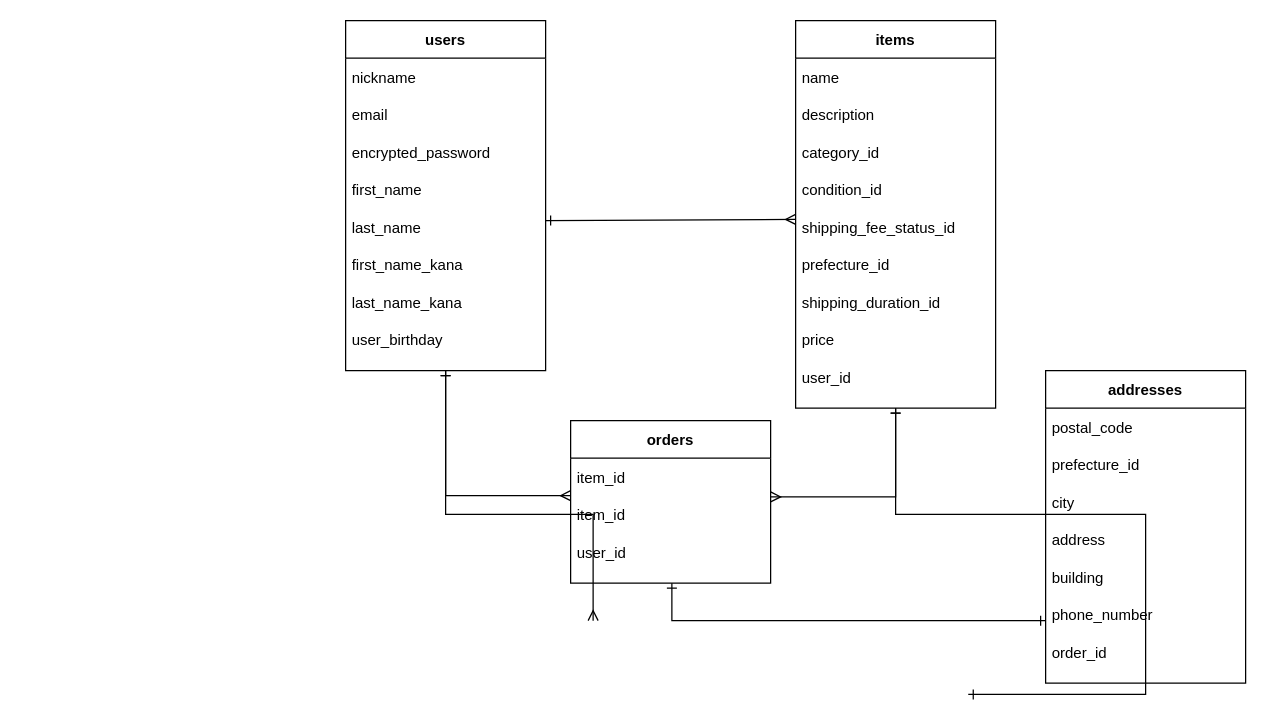
Earlier version of the draw.io diagram er.dio (miwakos/furima-36089). Source tidied: cells renumbered, new cells numbered last; positions are measured from the earlier drawing's top-left corner, leaving out a move shared by most shapes. Both pictures are drawn from the tidied source at 125%, with x=0, y=0 at pixel (345, 20).
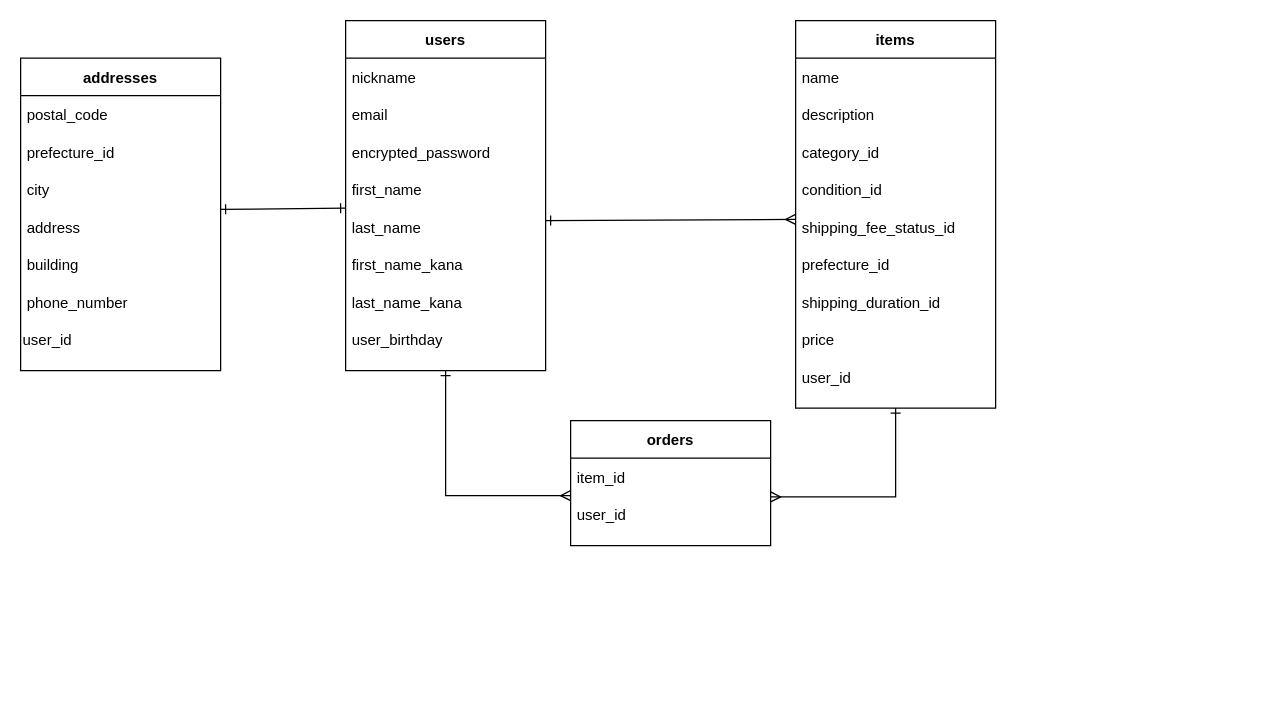
The same page after the edit.

The change refers to these unchanged cells:
```xml
<mxCell id="2" value="users" style="shape=table;startSize=30;childLayout=tableLayout;rowLines=0;fontStyle=1;align=center;" parent="1" vertex="1">
  <mxGeometry width="160" height="280" as="geometry" />
</mxCell>
<mxCell id="19" value="items" style="shape=table;startSize=30;childLayout=tableLayout;rowLines=0;fontStyle=1;align=center;" parent="1" vertex="1">
  <mxGeometry x="360" width="160" height="310" as="geometry" />
</mxCell>
<mxCell id="61" style="shape=partialRectangle;fillColor=none;top=0;left=0;bottom=0;right=0;" parent="48" vertex="1">
  <mxGeometry y="210" width="160" height="30" as="geometry" />
</mxCell>
```

Diff of the diagram source:
```diff
@@
     <mxCell id="38" value="orders" style="shape=table;startSize=30;childLayout=tableLayout;rowLines=0;fontStyle=1;align=center;" parent="1" vertex="1">
-      <mxGeometry x="180" y="320" width="160" height="130" as="geometry" />
+      <mxGeometry x="180" y="320" width="160" height="100" as="geometry" />
     </mxCell>
@@
-    <mxCell id="41" style="shape=partialRectangle;fillColor=none;top=0;left=0;bottom=0;right=0;" parent="38" vertex="1">
-      <mxGeometry y="60" width="160" height="30" as="geometry" />
-    </mxCell>
-    <mxCell id="42" value=" item_id" style="shape=partialRectangle;fillColor=none;top=0;left=0;bottom=0;right=0;overflow=hidden;align=left;" parent="41" vertex="1">
-      <mxGeometry width="160" height="30" as="geometry" />
-    </mxCell>
     <mxCell id="43" style="shape=partialRectangle;fillColor=none;top=0;left=0;bottom=0;right=0;" parent="38" vertex="1">
-      <mxGeometry y="90" width="160" height="30" as="geometry" />
+      <mxGeometry y="60" width="160" height="30" as="geometry" />
     </mxCell>
@@
-    <mxCell id="46" style="edgeStyle=orthogonalEdgeStyle;fontSize=12;html=1;endArrow=ERmany;startArrow=ERone;startFill=0;endFill=0;rounded=0;exitX=0.5;exitY=1;exitDx=0;exitDy=0;entryX=0;entryY=0.5;entryDx=0;entryDy=0;" parent="1" edge="1" source="2">
-      <mxGeometry relative="1" as="geometry">
-        <mxPoint x="198" y="480" as="targetPoint" />
-        <Array as="points">
-          <mxPoint x="80" y="395" />
-        </Array>
-      </mxGeometry>
-    </mxCell>
-    <mxCell id="47" style="edgeStyle=orthogonalEdgeStyle;fontSize=12;html=1;endArrow=ERone;startArrow=ERone;entryX=1;entryY=0.5;entryDx=0;entryDy=0;startFill=0;endFill=0;rounded=0;exitX=0.5;exitY=1;exitDx=0;exitDy=0;" parent="1" edge="1" source="19">
-      <mxGeometry relative="1" as="geometry">
-        <mxPoint x="498.1" y="539" as="targetPoint" />
-        <Array as="points">
-          <mxPoint x="640" y="395" />
-        </Array>
-      </mxGeometry>
-    </mxCell>
     <mxCell id="48" value="addresses" style="shape=table;startSize=30;childLayout=tableLayout;rowLines=0;fontStyle=1;align=center;" parent="1" vertex="1">
-      <mxGeometry x="560" y="280" width="160" height="250" as="geometry" />
+      <mxGeometry x="-260" y="30" width="160" height="250" as="geometry" />
     </mxCell>
@@
-    <mxCell id="62" value=" order_id" style="shape=partialRectangle;fillColor=none;top=0;left=0;bottom=0;right=0;overflow=hidden;align=left;" parent="61" vertex="1">
+    <mxCell id="62" value="user_id" style="shape=partialRectangle;fillColor=none;top=0;left=0;bottom=0;right=0;overflow=hidden;align=left;" parent="61" vertex="1">
       <mxGeometry width="160" height="30" as="geometry" />
     </mxCell>
@@
-    <mxCell id="65" style="edgeStyle=orthogonalEdgeStyle;fontSize=12;html=1;endArrow=ERone;rounded=0;startArrow=ERone;startFill=0;endFill=0;" parent="1" edge="1">
-      <mxGeometry relative="1" as="geometry">
-        <mxPoint x="261" y="450" as="sourcePoint" />
-        <mxPoint x="560" y="480" as="targetPoint" />
-        <Array as="points">
-          <mxPoint x="261" y="480" />
-          <mxPoint x="560" y="480" />
-        </Array>
-      </mxGeometry>
-    </mxCell>
+    <mxCell id="66" style="fontSize=12;html=1;endArrow=ERone;startArrow=ERone;startFill=0;endFill=0;rounded=0;" parent="1" edge="1">
+      <mxGeometry relative="1" as="geometry">
+        <mxPoint x="-100" y="151" as="sourcePoint" />
+        <mxPoint y="150" as="targetPoint" />
+      </mxGeometry>
+    </mxCell>
```
